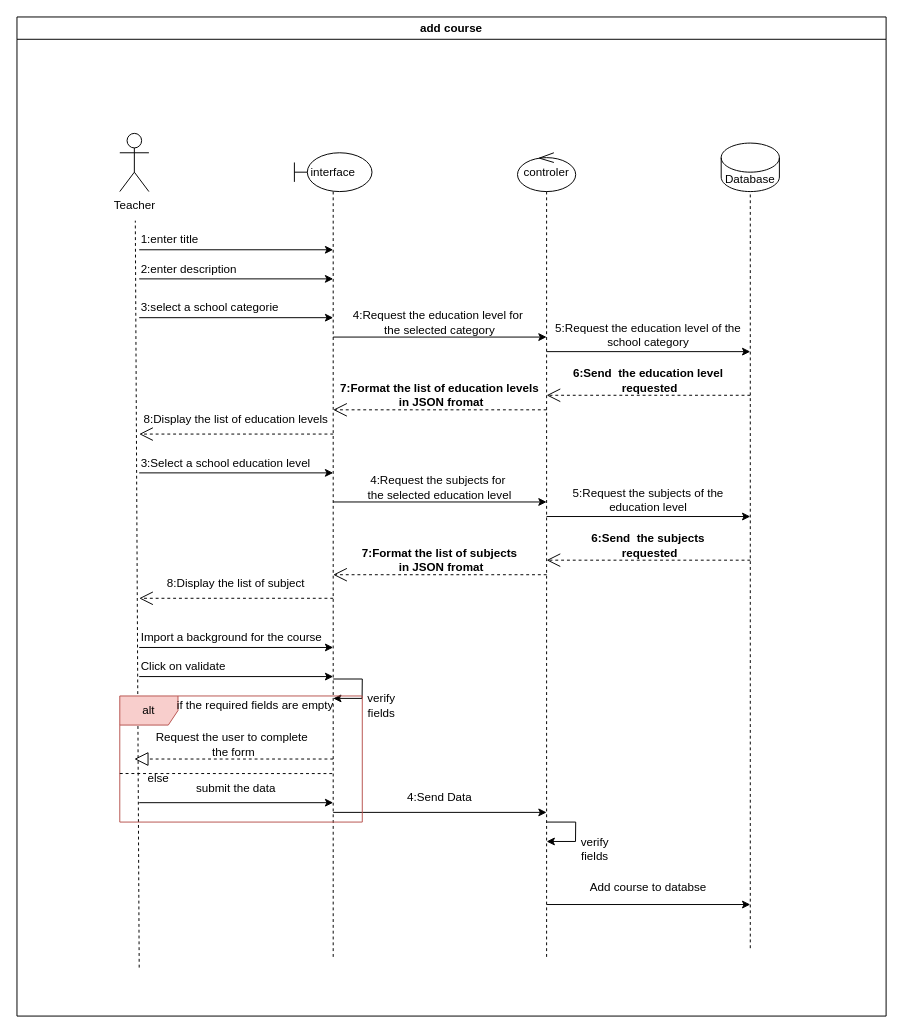
Before: add course use case.drawio in faresUnderScore999/test1.0, a draw.io diagram. Source tidied: cells renumbered, new cells numbered last; positions are measured from the earlier drawing's top-left corner, leaving out a move shared by most shapes. Both pictures are drawn from the tidied source at 97%, with x=0, y=0 at pixel (16, 16).
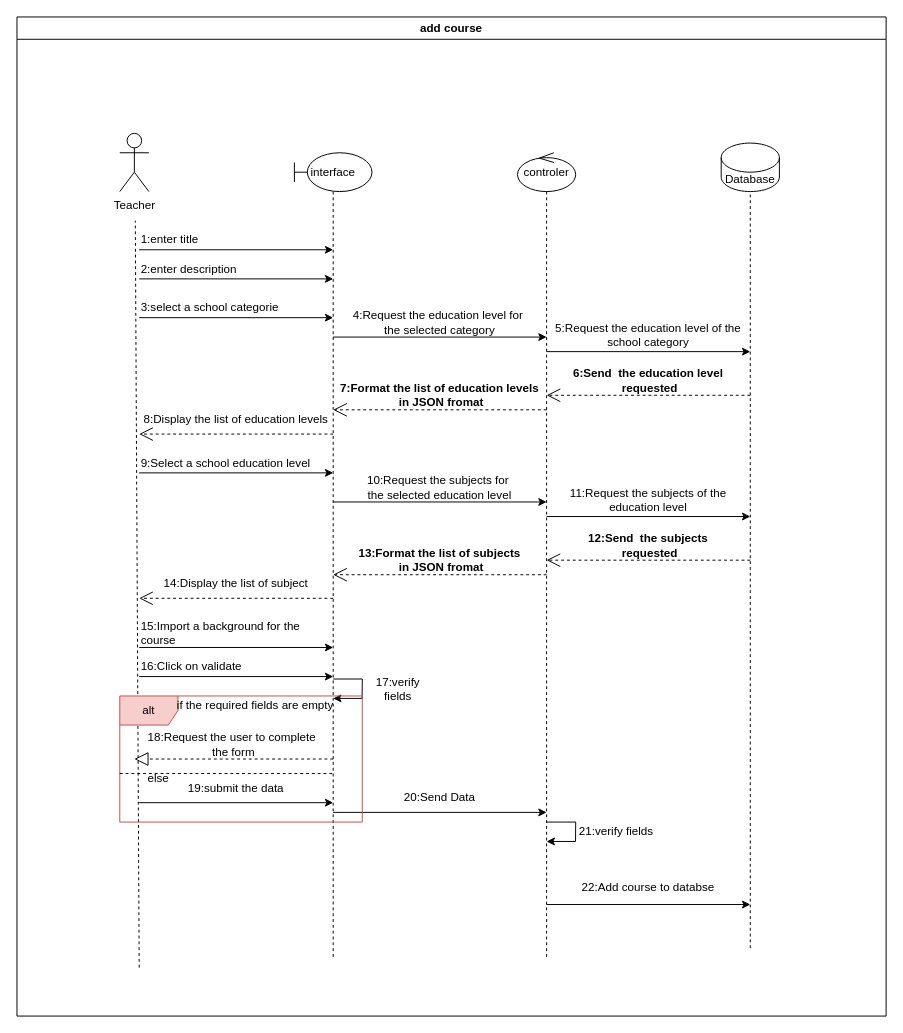
The same diagram, later.

Commit message (it also covers changes not shown here):
Mettre à jour add course use case.drawio

The change refers to these unchanged cells:
```xml
<mxCell id="2" value="add course" style="swimlane;whiteSpace=wrap;html=1;" parent="1" vertex="1">
  <mxGeometry width="896" height="1030" as="geometry" />
</mxCell>
```

Diff of the diagram source:
```diff
@@
-    <mxCell id="25" value="3:Select a school education level" style="text;html=1;align=left;verticalAlign=middle;whiteSpace=wrap;rounded=0;" parent="2" vertex="1">
+    <mxCell id="25" value="9:Select a school education level" style="text;html=1;align=left;verticalAlign=middle;whiteSpace=wrap;rounded=0;" parent="2" vertex="1">
       <mxGeometry x="126" y="450" width="200" height="20" as="geometry" />
     </mxCell>
@@
-    <mxCell id="28" value="4:Request the subjects for&amp;nbsp;&lt;div&gt;the selected education level&lt;/div&gt;" style="text;html=1;align=center;verticalAlign=middle;whiteSpace=wrap;rounded=0;" parent="2" vertex="1">
+    <mxCell id="28" value="10:Request the subjects for&amp;nbsp;&lt;div&gt;the selected education level&lt;/div&gt;" style="text;html=1;align=center;verticalAlign=middle;whiteSpace=wrap;rounded=0;" parent="2" vertex="1">
       <mxGeometry x="326" y="470" width="220" height="30" as="geometry" />
     </mxCell>
-    <mxCell id="29" value="5:Request the subjects of the education level" style="text;html=1;align=center;verticalAlign=middle;whiteSpace=wrap;rounded=0;" parent="2" vertex="1">
+    <mxCell id="29" value="11:Request the subjects of the education level" style="text;html=1;align=center;verticalAlign=middle;whiteSpace=wrap;rounded=0;" parent="2" vertex="1">
       <mxGeometry x="546" y="480" width="210" height="35" as="geometry" />
     </mxCell>
@@
-    <mxCell id="32" value="&lt;span style=&quot;font-weight: 700; text-wrap: nowrap;&quot;&gt;6:Send&amp;nbsp; the subjects&lt;/span&gt;&lt;div&gt;&lt;span style=&quot;font-weight: 700; text-wrap: nowrap;&quot;&gt;&amp;nbsp;requested&lt;/span&gt;&lt;/div&gt;" style="text;html=1;align=center;verticalAlign=middle;whiteSpace=wrap;rounded=0;" parent="2" vertex="1">
+    <mxCell id="32" value="&lt;span style=&quot;font-weight: 700; text-wrap: nowrap;&quot;&gt;12:Send&amp;nbsp; the subjects&lt;/span&gt;&lt;div&gt;&lt;span style=&quot;font-weight: 700; text-wrap: nowrap;&quot;&gt;&amp;nbsp;requested&lt;/span&gt;&lt;/div&gt;" style="text;html=1;align=center;verticalAlign=middle;whiteSpace=wrap;rounded=0;" parent="2" vertex="1">
       <mxGeometry x="546" y="530" width="210" height="30" as="geometry" />
     </mxCell>
@@
-    <mxCell id="34" value="&lt;span style=&quot;font-weight: 700; text-wrap: nowrap;&quot;&gt;7:Format the list of subjects&lt;/span&gt;&lt;div&gt;&lt;span style=&quot;font-weight: 700; text-wrap: nowrap;&quot;&gt;&amp;nbsp;in JSON fromat&lt;/span&gt;&lt;/div&gt;" style="text;html=1;align=center;verticalAlign=middle;whiteSpace=wrap;rounded=0;" parent="2" vertex="1">
+    <mxCell id="34" value="&lt;span style=&quot;font-weight: 700; text-wrap: nowrap;&quot;&gt;13:Format the list of subjects&lt;/span&gt;&lt;div&gt;&lt;span style=&quot;font-weight: 700; text-wrap: nowrap;&quot;&gt;&amp;nbsp;in JSON fromat&lt;/span&gt;&lt;/div&gt;" style="text;html=1;align=center;verticalAlign=middle;whiteSpace=wrap;rounded=0;" parent="2" vertex="1">
       <mxGeometry x="326" y="545" width="220" height="30" as="geometry" />
     </mxCell>
-    <mxCell id="35" value="8:Display the list of subject" style="text;html=1;align=center;verticalAlign=middle;whiteSpace=wrap;rounded=0;" parent="2" vertex="1">
+    <mxCell id="35" value="14:Display the list of subject" style="text;html=1;align=center;verticalAlign=middle;whiteSpace=wrap;rounded=0;" parent="2" vertex="1">
       <mxGeometry x="126" y="569.3" width="200" height="30" as="geometry" />
     </mxCell>
@@
-    <mxCell id="38" value="Click on validate" style="text;html=1;align=left;verticalAlign=middle;whiteSpace=wrap;rounded=0;" parent="2" vertex="1">
+    <mxCell id="38" value="16:Click on validate" style="text;html=1;align=left;verticalAlign=middle;whiteSpace=wrap;rounded=0;" parent="2" vertex="1">
       <mxGeometry x="126" y="660" width="200" height="20" as="geometry" />
     </mxCell>
@@
-    <mxCell id="40" value="4:Send Data" style="text;html=1;align=center;verticalAlign=middle;whiteSpace=wrap;rounded=0;" parent="2" vertex="1">
+    <mxCell id="40" value="20:Send Data" style="text;html=1;align=center;verticalAlign=middle;whiteSpace=wrap;rounded=0;" parent="2" vertex="1">
       <mxGeometry x="326" y="790" width="220" height="30" as="geometry" />
     </mxCell>
@@
-    <mxCell id="42" value="verify fields" style="text;html=1;align=center;verticalAlign=middle;whiteSpace=wrap;rounded=0;" parent="2" vertex="1">
-      <mxGeometry x="356" y="700" width="40" height="20" as="geometry" />
+    <mxCell id="42" value="17:verify fields" style="text;html=1;align=center;verticalAlign=middle;whiteSpace=wrap;rounded=0;" parent="2" vertex="1">
+      <mxGeometry x="356" y="682.5" width="74" height="20" as="geometry" />
     </mxCell>
@@
-    <mxCell id="45" value="Request the user to complete&amp;nbsp;&lt;div&gt;the form&lt;/div&gt;" style="text;html=1;align=center;verticalAlign=middle;whiteSpace=wrap;rounded=0;" parent="2" vertex="1">
+    <mxCell id="45" value="18:Request the user to complete&amp;nbsp;&lt;div&gt;the form&lt;/div&gt;" style="text;html=1;align=center;verticalAlign=middle;whiteSpace=wrap;rounded=0;" parent="2" vertex="1">
       <mxGeometry x="121" y="735" width="205" height="30" as="geometry" />
     </mxCell>
@@
-    <mxCell id="49" value="submit the data" style="text;html=1;align=center;verticalAlign=middle;whiteSpace=wrap;rounded=0;" parent="2" vertex="1">
+    <mxCell id="49" value="19:submit the data" style="text;html=1;align=center;verticalAlign=middle;whiteSpace=wrap;rounded=0;" parent="2" vertex="1">
       <mxGeometry x="126" y="780" width="200" height="30" as="geometry" />
     </mxCell>
@@
-    <mxCell id="51" value="Import a background for the course" style="text;html=1;align=left;verticalAlign=middle;whiteSpace=wrap;rounded=0;" parent="2" vertex="1">
-      <mxGeometry x="126" y="630" width="200" height="20" as="geometry" />
+    <mxCell id="51" value="15:Import a background for the course" style="text;html=1;align=left;verticalAlign=middle;whiteSpace=wrap;rounded=0;" parent="2" vertex="1">
+      <mxGeometry x="126" y="620" width="200" height="30" as="geometry" />
     </mxCell>
@@
-    <mxCell id="54" value="verify fields" style="text;html=1;align=center;verticalAlign=middle;whiteSpace=wrap;rounded=0;" parent="2" vertex="1">
-      <mxGeometry x="576" y="847.5" width="40" height="20" as="geometry" />
+    <mxCell id="54" value="21:verify fields" style="text;html=1;align=center;verticalAlign=middle;whiteSpace=wrap;rounded=0;" parent="2" vertex="1">
+      <mxGeometry x="576" y="830" width="84" height="20" as="geometry" />
     </mxCell>
-    <mxCell id="55" value="Add course to databse" style="text;html=1;align=center;verticalAlign=middle;whiteSpace=wrap;rounded=0;" parent="2" vertex="1">
+    <mxCell id="55" value="22:Add course to databse" style="text;html=1;align=center;verticalAlign=middle;whiteSpace=wrap;rounded=0;" parent="2" vertex="1">
       <mxGeometry x="546" y="880" width="210" height="35" as="geometry" />
     </mxCell>
```
